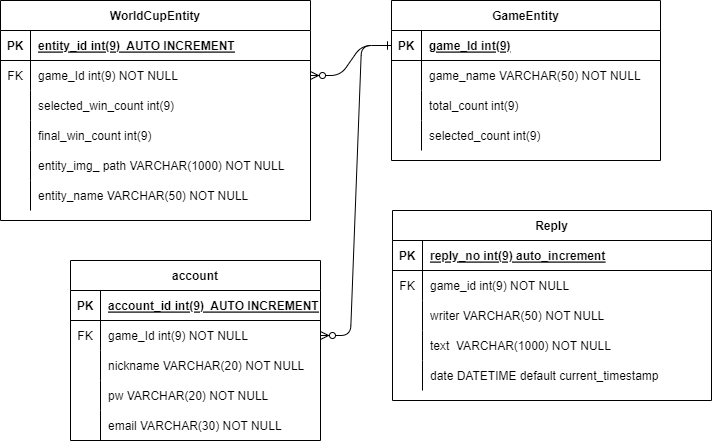
Before: erd/erd.png, a diagram exported from draw.io (java-4th-team-project-2023/world-cup). Source tidied: cells renumbered, new cells last; positions are measured from the earlier drawing's top-left corner, leaving out a move shared by most shapes.
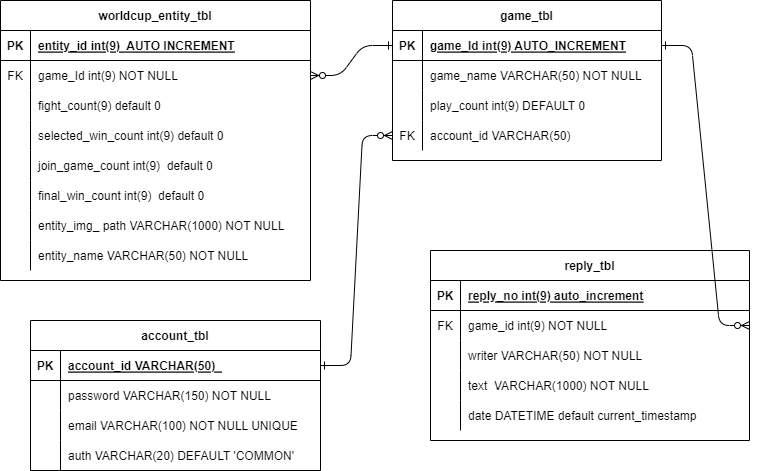
After the change.

The edit, as a diff of the source:
```diff
@@ -2,8 +2,8 @@
   <root>
     <mxCell id="0" />
     <mxCell id="1" parent="0" />
-    <mxCell id="2" value="GameEntity" style="shape=table;startSize=30;rowLines=0;fontStyle=1;align=center;" parent="1" vertex="1">
-      <mxGeometry x="391" width="269" height="160" as="geometry" />
+    <mxCell id="2" value="game_tbl" style="shape=table;startSize=30;rowLines=0;fontStyle=1;align=center;" parent="1" vertex="1">
+      <mxGeometry x="392" width="269" height="160" as="geometry" />
     </mxCell>
     <mxCell id="3" style="shape=partialRectangle;fillColor=none;points=[[0,0.5],[1,0.5]];portConstraint=eastwest;top=0;left=0;right=0;bottom=1;" parent="2" vertex="1">
       <mxGeometry y="30" width="269" height="30" as="geometry" />
@@ -11,7 +11,7 @@
     <mxCell id="4" value="PK" style="shape=partialRectangle;overflow=hidden;fillColor=none;top=0;left=0;bottom=0;right=0;fontStyle=1;" parent="3" vertex="1">
       <mxGeometry width="30" height="30" as="geometry" />
     </mxCell>
-    <mxCell id="5" value="game_Id int(9)" style="shape=partialRectangle;overflow=hidden;fillColor=none;top=0;left=0;bottom=0;right=0;align=left;spacingLeft=6;fontStyle=5;" parent="3" vertex="1">
+    <mxCell id="5" value="game_Id int(9) AUTO_INCREMENT" style="shape=partialRectangle;overflow=hidden;fillColor=none;top=0;left=0;bottom=0;right=0;align=left;spacingLeft=6;fontStyle=5;" parent="3" vertex="1">
       <mxGeometry x="30" width="239" height="30" as="geometry" />
     </mxCell>
     <mxCell id="6" style="shape=partialRectangle;fillColor=none;top=0;left=0;right=0;bottom=0;" parent="2" vertex="1">
@@ -29,20 +29,20 @@
     <mxCell id="10" style="shape=partialRectangle;overflow=hidden;fillColor=none;top=0;left=0;bottom=0;right=0;" parent="9" vertex="1">
       <mxGeometry width="30" height="30" as="geometry" />
     </mxCell>
-    <mxCell id="11" value="total_count int(9)" style="shape=partialRectangle;overflow=hidden;fillColor=none;top=0;left=0;bottom=0;right=0;align=left;spacingLeft=6;" parent="9" vertex="1">
+    <mxCell id="11" value="play_count int(9) DEFAULT 0" style="shape=partialRectangle;overflow=hidden;fillColor=none;top=0;left=0;bottom=0;right=0;align=left;spacingLeft=6;" parent="9" vertex="1">
       <mxGeometry x="30" width="239" height="30" as="geometry" />
     </mxCell>
     <mxCell id="12" style="shape=partialRectangle;fillColor=none;points=[[0,0.5],[1,0.5]];portConstraint=eastwest;top=0;left=0;right=0;bottom=0;" parent="2" vertex="1">
       <mxGeometry y="120" width="269" height="30" as="geometry" />
     </mxCell>
-    <mxCell id="13" style="shape=partialRectangle;overflow=hidden;fillColor=none;top=0;left=0;bottom=0;right=0;" parent="12" vertex="1">
+    <mxCell id="13" value="FK" style="shape=partialRectangle;overflow=hidden;fillColor=none;top=0;left=0;bottom=0;right=0;" parent="12" vertex="1">
       <mxGeometry width="30" height="30" as="geometry" />
     </mxCell>
-    <mxCell id="14" value="selected_count int(9)" style="shape=partialRectangle;overflow=hidden;fillColor=none;top=0;left=0;bottom=0;right=0;align=left;spacingLeft=6;" parent="12" vertex="1">
+    <mxCell id="14" value="account_id VARCHAR(50)" style="shape=partialRectangle;overflow=hidden;fillColor=none;top=0;left=0;bottom=0;right=0;align=left;spacingLeft=6;" parent="12" vertex="1">
       <mxGeometry x="30" width="239" height="30" as="geometry" />
     </mxCell>
-    <mxCell id="15" value="Reply" style="shape=table;startSize=30;rowLines=0;fontStyle=1;align=center;" parent="1" vertex="1">
-      <mxGeometry x="392" y="210" width="319" height="190" as="geometry" />
+    <mxCell id="15" value="reply_tbl" style="shape=table;startSize=30;rowLines=0;fontStyle=1;align=center;" parent="1" vertex="1">
+      <mxGeometry x="430" y="250" width="319" height="190" as="geometry" />
     </mxCell>
     <mxCell id="16" style="shape=partialRectangle;fillColor=none;top=0;left=0;right=0;bottom=1;" parent="15" vertex="1">
       <mxGeometry y="30" width="319" height="30" as="geometry" />
@@ -89,8 +89,8 @@
     <mxCell id="30" value="date DATETIME default current_timestamp" style="shape=partialRectangle;overflow=hidden;fillColor=none;top=0;left=0;bottom=0;right=0;align=left;spacingLeft=6;" parent="28" vertex="1">
       <mxGeometry x="30" width="289" height="30" as="geometry" />
     </mxCell>
-    <mxCell id="31" value="WorldCupEntity" style="shape=table;startSize=30;rowLines=0;fontStyle=1;align=center;" parent="1" vertex="1">
-      <mxGeometry width="310" height="220" as="geometry" />
+    <mxCell id="31" value="worldcup_entity_tbl" style="shape=table;startSize=30;rowLines=0;fontStyle=1;align=center;" parent="1" vertex="1">
+      <mxGeometry width="310" height="280" as="geometry" />
     </mxCell>
     <mxCell id="32" style="shape=partialRectangle;fillColor=none;top=0;left=0;right=0;bottom=1;" parent="31" vertex="1">
       <mxGeometry y="30" width="310" height="30" as="geometry" />
@@ -110,26 +110,44 @@
     <mxCell id="37" value="game_Id int(9) NOT NULL" style="shape=partialRectangle;overflow=hidden;fillColor=none;top=0;left=0;bottom=0;right=0;align=left;spacingLeft=6;" parent="35" vertex="1">
       <mxGeometry x="30" width="280" height="30" as="geometry" />
     </mxCell>
+    <mxCell id="68" style="shape=partialRectangle;fillColor=none;top=0;left=0;right=0;bottom=0;" parent="31" vertex="1">
+      <mxGeometry y="90" width="310" height="30" as="geometry" />
+    </mxCell>
+    <mxCell id="69" style="shape=partialRectangle;overflow=hidden;fillColor=none;top=0;left=0;bottom=0;right=0;" parent="68" vertex="1">
+      <mxGeometry width="30" height="30" as="geometry" />
+    </mxCell>
+    <mxCell id="70" value="fight_count(9) default 0" style="shape=partialRectangle;overflow=hidden;fillColor=none;top=0;left=0;bottom=0;right=0;align=left;spacingLeft=6;" parent="68" vertex="1">
+      <mxGeometry x="30" width="280" height="30" as="geometry" />
+    </mxCell>
     <mxCell id="38" style="shape=partialRectangle;fillColor=none;top=0;left=0;right=0;bottom=0;" parent="31" vertex="1">
-      <mxGeometry y="90" width="310" height="30" as="geometry" />
+      <mxGeometry y="120" width="310" height="30" as="geometry" />
     </mxCell>
     <mxCell id="39" style="shape=partialRectangle;overflow=hidden;fillColor=none;top=0;left=0;bottom=0;right=0;" parent="38" vertex="1">
       <mxGeometry width="30" height="30" as="geometry" />
     </mxCell>
-    <mxCell id="40" value="selected_win_count int(9)" style="shape=partialRectangle;overflow=hidden;fillColor=none;top=0;left=0;bottom=0;right=0;align=left;spacingLeft=6;" parent="38" vertex="1">
+    <mxCell id="40" value="selected_win_count int(9) default 0" style="shape=partialRectangle;overflow=hidden;fillColor=none;top=0;left=0;bottom=0;right=0;align=left;spacingLeft=6;" parent="38" vertex="1">
       <mxGeometry x="30" width="280" height="30" as="geometry" />
     </mxCell>
+    <mxCell id="71" style="shape=partialRectangle;fillColor=none;top=0;left=0;right=0;bottom=0;" parent="31" vertex="1">
+      <mxGeometry y="150" width="310" height="30" as="geometry" />
+    </mxCell>
+    <mxCell id="72" style="shape=partialRectangle;overflow=hidden;fillColor=none;top=0;left=0;bottom=0;right=0;" parent="71" vertex="1">
+      <mxGeometry width="30" height="30" as="geometry" />
+    </mxCell>
+    <mxCell id="73" value="join_game_count int(9)  default 0" style="shape=partialRectangle;overflow=hidden;fillColor=none;top=0;left=0;bottom=0;right=0;align=left;spacingLeft=6;" parent="71" vertex="1">
+      <mxGeometry x="30" width="280" height="30" as="geometry" />
+    </mxCell>
     <mxCell id="41" style="shape=partialRectangle;fillColor=none;top=0;left=0;right=0;bottom=0;" parent="31" vertex="1">
-      <mxGeometry y="120" width="310" height="30" as="geometry" />
+      <mxGeometry y="180" width="310" height="30" as="geometry" />
     </mxCell>
     <mxCell id="42" style="shape=partialRectangle;overflow=hidden;fillColor=none;top=0;left=0;bottom=0;right=0;" parent="41" vertex="1">
       <mxGeometry width="30" height="30" as="geometry" />
     </mxCell>
-    <mxCell id="43" value="final_win_count int(9) " style="shape=partialRectangle;overflow=hidden;fillColor=none;top=0;left=0;bottom=0;right=0;align=left;spacingLeft=6;" parent="41" vertex="1">
+    <mxCell id="43" value="final_win_count int(9)  default 0" style="shape=partialRectangle;overflow=hidden;fillColor=none;top=0;left=0;bottom=0;right=0;align=left;spacingLeft=6;" parent="41" vertex="1">
       <mxGeometry x="30" width="280" height="30" as="geometry" />
     </mxCell>
     <mxCell id="44" style="shape=partialRectangle;fillColor=none;top=0;left=0;right=0;bottom=0;" parent="31" vertex="1">
-      <mxGeometry y="150" width="310" height="30" as="geometry" />
+      <mxGeometry y="210" width="310" height="30" as="geometry" />
     </mxCell>
     <mxCell id="45" style="shape=partialRectangle;overflow=hidden;fillColor=none;top=0;left=0;bottom=0;right=0;" parent="44" vertex="1">
       <mxGeometry width="30" height="30" as="geometry" />
@@ -138,7 +156,7 @@
       <mxGeometry x="30" width="280" height="30" as="geometry" />
     </mxCell>
     <mxCell id="47" style="shape=partialRectangle;fillColor=none;top=0;left=0;right=0;bottom=0;" parent="31" vertex="1">
-      <mxGeometry y="180" width="310" height="30" as="geometry" />
+      <mxGeometry y="240" width="310" height="30" as="geometry" />
     </mxCell>
     <mxCell id="48" style="shape=partialRectangle;overflow=hidden;fillColor=none;top=0;left=0;bottom=0;right=0;" parent="47" vertex="1">
       <mxGeometry width="30" height="30" as="geometry" />
@@ -146,59 +164,53 @@
     <mxCell id="49" value="entity_name VARCHAR(50) NOT NULL" style="shape=partialRectangle;overflow=hidden;fillColor=none;top=0;left=0;bottom=0;right=0;align=left;spacingLeft=6;" parent="47" vertex="1">
       <mxGeometry x="30" width="280" height="30" as="geometry" />
     </mxCell>
-    <mxCell id="50" value="account" style="shape=table;startSize=30;rowLines=0;fontStyle=1;align=center;" parent="1" vertex="1">
-      <mxGeometry x="70" y="260" width="250" height="180" as="geometry" />
+    <mxCell id="50" value="account_tbl" style="shape=table;startSize=30;rowLines=0;fontStyle=1;align=center;" parent="1" vertex="1">
+      <mxGeometry x="30" y="320" width="290" height="150" as="geometry" />
     </mxCell>
     <mxCell id="51" style="shape=partialRectangle;fillColor=none;points=[[0,0.5],[1,0.5]];portConstraint=eastwest;top=0;left=0;right=0;bottom=1;" parent="50" vertex="1">
-      <mxGeometry y="30" width="250" height="30" as="geometry" />
+      <mxGeometry y="30" width="290" height="30" as="geometry" />
     </mxCell>
     <mxCell id="52" value="PK" style="shape=partialRectangle;overflow=hidden;fillColor=none;top=0;left=0;bottom=0;right=0;fontStyle=1;" parent="51" vertex="1">
       <mxGeometry width="30" height="30" as="geometry" />
     </mxCell>
-    <mxCell id="53" value="account_id int(9)  AUTO INCREMENT" style="shape=partialRectangle;overflow=hidden;fillColor=none;top=0;left=0;bottom=0;right=0;align=left;spacingLeft=6;fontStyle=5;" parent="51" vertex="1">
-      <mxGeometry x="30" width="220" height="30" as="geometry" />
+    <mxCell id="53" value="account_id VARCHAR(50)  " style="shape=partialRectangle;overflow=hidden;fillColor=none;top=0;left=0;bottom=0;right=0;align=left;spacingLeft=6;fontStyle=5;" parent="51" vertex="1">
+      <mxGeometry x="30" width="260" height="30" as="geometry" />
     </mxCell>
-    <mxCell id="54" style="shape=partialRectangle;fillColor=none;points=[[0,0.5],[1,0.5]];portConstraint=eastwest;top=0;left=0;right=0;bottom=0;" parent="50" vertex="1">
-      <mxGeometry y="60" width="250" height="30" as="geometry" />
-    </mxCell>
-    <mxCell id="55" value="FK" style="shape=partialRectangle;overflow=hidden;fillColor=none;top=0;left=0;bottom=0;right=0;" parent="54" vertex="1">
-      <mxGeometry width="30" height="30" as="geometry" />
-    </mxCell>
-    <mxCell id="56" value="game_Id int(9) NOT NULL" style="shape=partialRectangle;overflow=hidden;fillColor=none;top=0;left=0;bottom=0;right=0;align=left;spacingLeft=6;" parent="54" vertex="1">
-      <mxGeometry x="30" width="220" height="30" as="geometry" />
-    </mxCell>
-    <mxCell id="57" style="shape=partialRectangle;fillColor=none;top=0;left=0;right=0;bottom=0;" parent="50" vertex="1">
-      <mxGeometry y="90" width="250" height="30" as="geometry" />
-    </mxCell>
-    <mxCell id="58" style="shape=partialRectangle;overflow=hidden;fillColor=none;top=0;left=0;bottom=0;right=0;" parent="57" vertex="1">
-      <mxGeometry width="30" height="30" as="geometry" />
-    </mxCell>
-    <mxCell id="59" value="nickname VARCHAR(20) NOT NULL" style="shape=partialRectangle;overflow=hidden;fillColor=none;top=0;left=0;bottom=0;right=0;align=left;spacingLeft=6;" parent="57" vertex="1">
-      <mxGeometry x="30" width="220" height="30" as="geometry" />
-    </mxCell>
     <mxCell id="60" style="shape=partialRectangle;fillColor=none;top=0;left=0;right=0;bottom=0;" parent="50" vertex="1">
-      <mxGeometry y="120" width="250" height="30" as="geometry" />
+      <mxGeometry y="60" width="290" height="30" as="geometry" />
     </mxCell>
     <mxCell id="61" style="shape=partialRectangle;overflow=hidden;fillColor=none;top=0;left=0;bottom=0;right=0;" parent="60" vertex="1">
       <mxGeometry width="30" height="30" as="geometry" />
     </mxCell>
-    <mxCell id="62" value="pw VARCHAR(20) NOT NULL" style="shape=partialRectangle;overflow=hidden;fillColor=none;top=0;left=0;bottom=0;right=0;align=left;spacingLeft=6;" parent="60" vertex="1">
-      <mxGeometry x="30" width="220" height="30" as="geometry" />
+    <mxCell id="62" value="password VARCHAR(150) NOT NULL" style="shape=partialRectangle;overflow=hidden;fillColor=none;top=0;left=0;bottom=0;right=0;align=left;spacingLeft=6;" parent="60" vertex="1">
+      <mxGeometry x="30" width="260" height="30" as="geometry" />
     </mxCell>
     <mxCell id="63" style="shape=partialRectangle;fillColor=none;top=0;left=0;right=0;bottom=0;" parent="50" vertex="1">
-      <mxGeometry y="150" width="250" height="30" as="geometry" />
+      <mxGeometry y="90" width="290" height="30" as="geometry" />
     </mxCell>
     <mxCell id="64" style="shape=partialRectangle;overflow=hidden;fillColor=none;top=0;left=0;bottom=0;right=0;" parent="63" vertex="1">
       <mxGeometry width="30" height="30" as="geometry" />
     </mxCell>
-    <mxCell id="65" value="email VARCHAR(30) NOT NULL" style="shape=partialRectangle;overflow=hidden;fillColor=none;top=0;left=0;bottom=0;right=0;align=left;spacingLeft=6;" parent="63" vertex="1">
-      <mxGeometry x="30" width="220" height="30" as="geometry" />
+    <mxCell id="65" value="email VARCHAR(100) NOT NULL UNIQUE" style="shape=partialRectangle;overflow=hidden;fillColor=none;top=0;left=0;bottom=0;right=0;align=left;spacingLeft=6;" parent="63" vertex="1">
+      <mxGeometry x="30" width="260" height="30" as="geometry" />
     </mxCell>
+    <mxCell id="74" style="shape=partialRectangle;fillColor=none;top=0;left=0;right=0;bottom=0;" parent="50" vertex="1">
+      <mxGeometry y="120" width="290" height="30" as="geometry" />
+    </mxCell>
+    <mxCell id="75" style="shape=partialRectangle;overflow=hidden;fillColor=none;top=0;left=0;bottom=0;right=0;" parent="74" vertex="1">
+      <mxGeometry width="30" height="30" as="geometry" />
+    </mxCell>
+    <mxCell id="76" value="auth VARCHAR(20) DEFAULT 'COMMON'" style="shape=partialRectangle;overflow=hidden;fillColor=none;top=0;left=0;bottom=0;right=0;align=left;spacingLeft=6;" parent="74" vertex="1">
+      <mxGeometry x="30" width="260" height="30" as="geometry" />
+    </mxCell>
     <mxCell id="66" style="edgeStyle=entityRelationEdgeStyle;endArrow=ERzeroToMany;startArrow=ERone;endFill=1;startFill=0;entryX=1;entryY=0.5;entryDx=0;entryDy=0;exitX=0;exitY=0.5;exitDx=0;exitDy=0;" parent="1" edge="1" source="3" target="35">
       <mxGeometry relative="1" as="geometry" />
     </mxCell>
-    <mxCell id="67" style="edgeStyle=entityRelationEdgeStyle;endArrow=ERzeroToMany;startArrow=ERone;endFill=1;startFill=0;entryX=1;entryY=0.5;entryDx=0;entryDy=0;exitX=0;exitY=0.5;exitDx=0;exitDy=0;" parent="1" edge="1" source="3" target="54">
+    <mxCell id="67" style="edgeStyle=entityRelationEdgeStyle;endArrow=ERzeroToMany;startArrow=ERone;endFill=1;startFill=0;exitX=1;exitY=0.5;exitDx=0;exitDy=0;entryX=0;entryY=0.5;entryDx=0;entryDy=0;" parent="1" edge="1" source="51" target="12">
       <mxGeometry relative="1" as="geometry" />
     </mxCell>
+    <mxCell id="77" style="edgeStyle=entityRelationEdgeStyle;endArrow=ERzeroToMany;startArrow=ERone;endFill=1;startFill=0;exitX=1;exitY=0.5;exitDx=0;exitDy=0;entryX=1;entryY=0.5;entryDx=0;entryDy=0;" parent="1" edge="1" source="3" target="19">
+      <mxGeometry relative="1" as="geometry" />
+    </mxCell>
   </root>
 </mxGraphModel>
```
